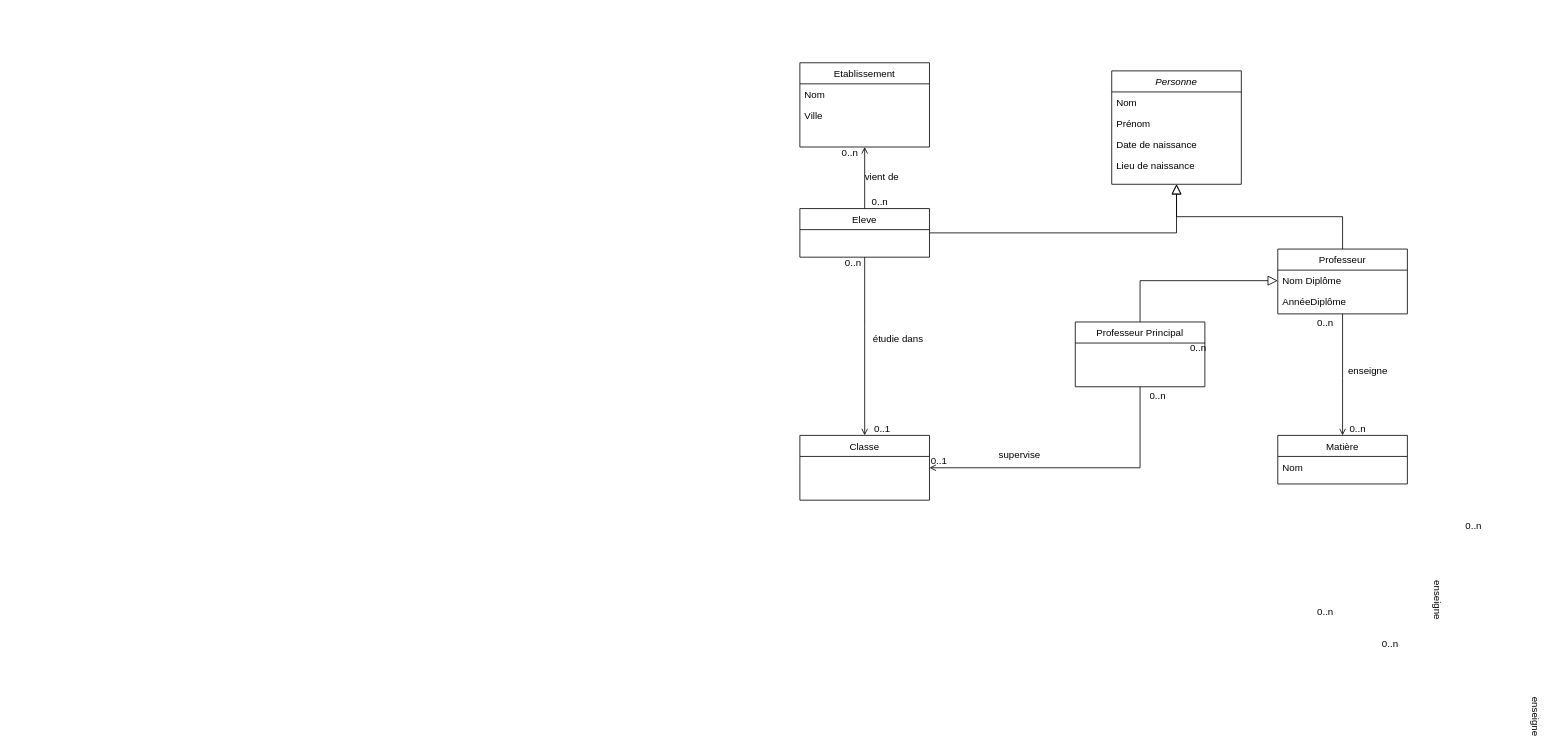
NLetenneur/UML-Introduction keeps this draw.io diagram as Les Sardines/diagrammeDeClasses.drawio. Above is the earlier version. Source tidied: cells renumbered, new cells numbered last; positions are measured from the earlier drawing's top-left corner, leaving out a move shared by most shapes. Both pictures are drawn from the tidied source at 81%, with x=0, y=0 at pixel (799, 14).
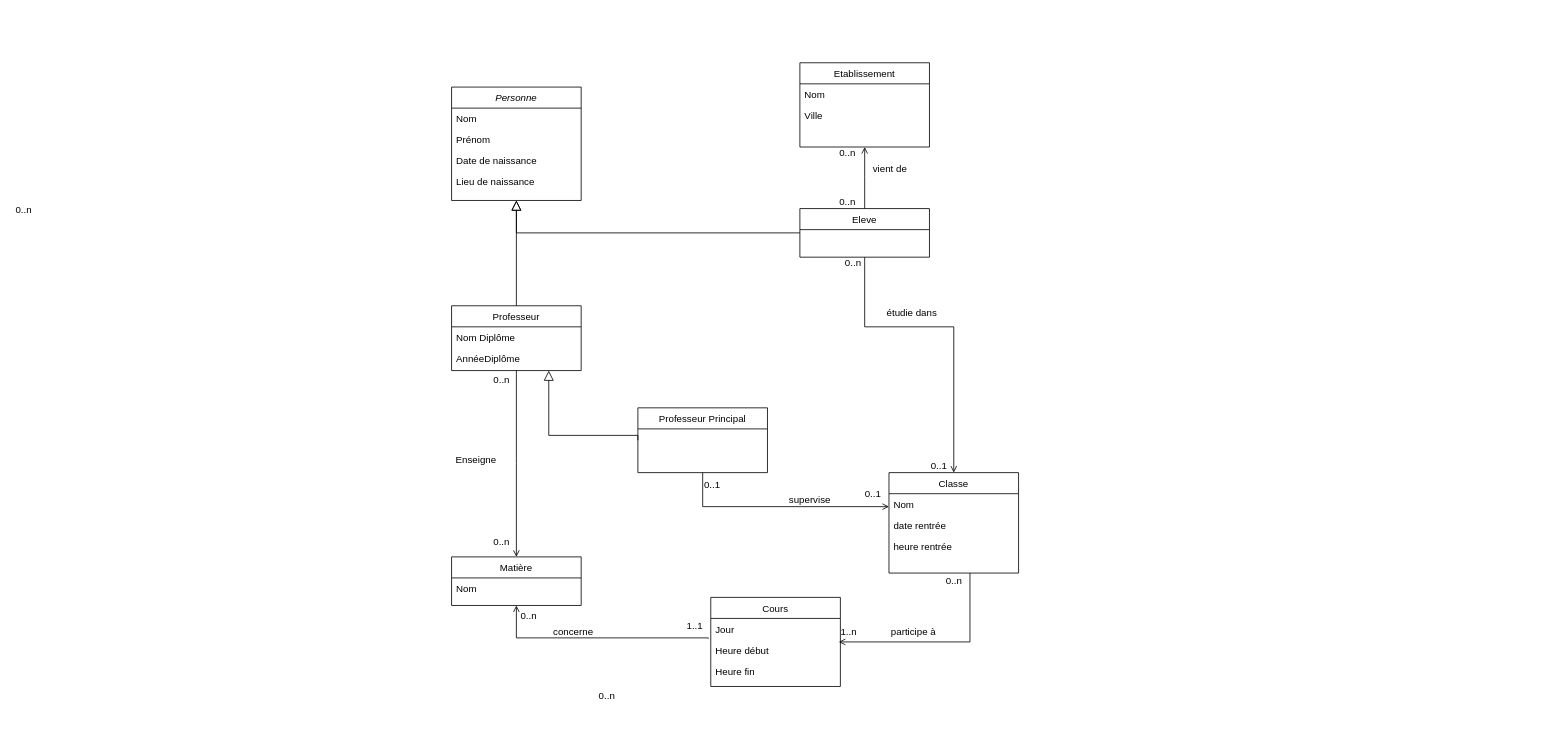
The same diagram, later.

Commit message (it also covers changes not shown here):
Mettre à jour diagrammeDeClasses.drawio

Unchanged cells that the change refers to:
```xml
<mxCell id="7" value="Eleve" style="swimlane;fontStyle=0;align=center;verticalAlign=top;horizontal=1;startSize=26;rounded=0;shadow=0;strokeWidth=1;" parent="1" vertex="1">
  <mxGeometry y="240" width="160" height="60" as="geometry" />
</mxCell>
<mxCell id="10" value="Nom Diplôme" style="text;align=left;verticalAlign=top;spacingLeft=4;spacingRight=4;overflow=hidden;points=[[0,0.5],[1,0.5]];portConstraint=eastwest;" parent="9" vertex="1">
  <mxGeometry y="26" width="160" height="26" as="geometry" />
</mxCell>
<mxCell id="13" style="endArrow=open;shadow=0;strokeWidth=1;rounded=0;curved=0;endFill=1;edgeStyle=elbowEdgeStyle;elbow=vertical;exitX=0.5;exitY=0;exitDx=0;exitDy=0;entryX=0.5;entryY=1;entryDx=0;entryDy=0;" parent="1" edge="1" source="7" target="17">
  <mxGeometry x="0.5" y="41" relative="1" as="geometry">
    <Array as="points">
      <mxPoint x="120" y="200" />
    </Array>
    <mxPoint x="-40" y="32" as="offset" />
  </mxGeometry>
</mxCell>
<mxCell id="30" style="endArrow=open;shadow=0;strokeWidth=1;rounded=0;curved=0;endFill=1;edgeStyle=elbowEdgeStyle;elbow=vertical;exitX=0.5;exitY=1;exitDx=0;exitDy=0;entryX=0.5;entryY=0;entryDx=0;entryDy=0;" parent="1" edge="1" source="7" target="29">
  <mxGeometry x="0.5" y="41" relative="1" as="geometry">
    <Array as="points">
      <mxPoint x="110" y="386" />
    </Array>
    <mxPoint x="-40" y="32" as="offset" />
  </mxGeometry>
</mxCell>
```

What changed in the source:
```diff
@@
     <mxCell id="2" value="Personne" style="swimlane;fontStyle=2;align=center;verticalAlign=top;horizontal=1;startSize=26;rounded=0;shadow=0;strokeWidth=1;" parent="1" vertex="1">
-      <mxGeometry x="385" y="70" width="160" height="140" as="geometry" />
+      <mxGeometry x="-430" y="90" width="160" height="140" as="geometry" />
     </mxCell>
@@
-    <mxCell id="8" style="endArrow=block;endSize=10;endFill=0;shadow=0;strokeWidth=1;rounded=0;curved=0;edgeStyle=elbowEdgeStyle;elbow=vertical;exitX=1;exitY=0.5;exitDx=0;exitDy=0;" parent="1" edge="1" source="7" target="2">
+    <mxCell id="8" style="endArrow=block;endSize=10;endFill=0;shadow=0;strokeWidth=1;rounded=0;curved=0;edgeStyle=elbowEdgeStyle;elbow=vertical;exitX=0;exitY=0.5;exitDx=0;exitDy=0;" parent="1" edge="1" source="7" target="2">
       <mxGeometry relative="1" as="geometry">
         <Array as="points">
-          <mxPoint x="330" y="270" />
+          <mxPoint x="-110" y="270" />
         </Array>
       </mxGeometry>
     </mxCell>
     <mxCell id="9" value="Professeur" style="swimlane;fontStyle=0;align=center;verticalAlign=top;horizontal=1;startSize=26;rounded=0;shadow=0;strokeWidth=1;" parent="1" vertex="1">
-      <mxGeometry x="590" y="290" width="160" height="80" as="geometry" />
+      <mxGeometry x="-430" y="360" width="160" height="80" as="geometry" />
     </mxCell>
@@
-    <mxCell id="14" value="0..n" style="align=left;verticalAlign=bottom;labelBackgroundColor=none;fontSize=12;" parent="13" vertex="1">
-      <mxGeometry x="-1" relative="1" as="geometry">
-        <mxPoint x="400" y="180" as="offset" />
-      </mxGeometry>
-    </mxCell>
-    <mxCell id="15" value="0..n" style="align=right;verticalAlign=bottom;labelBackgroundColor=none;fontSize=12;" parent="13" vertex="1">
-      <mxGeometry x="1" relative="1" as="geometry">
-        <mxPoint x="580" y="226" as="offset" />
-      </mxGeometry>
-    </mxCell>
-    <mxCell id="16" value="enseigne" style="text;html=1;align=center;verticalAlign=middle;labelBackgroundColor=none;rounded=0;shadow=0;strokeWidth=1;fontSize=12;rotation=0;" parent="13" vertex="1">
-      <mxGeometry x="0.5" y="49" relative="1" as="geometry">
-        <mxPoint x="669" y="257" as="offset" />
-      </mxGeometry>
-    </mxCell>
@@
     <mxCell id="20" value="Matière" style="swimlane;fontStyle=0;align=center;verticalAlign=top;horizontal=1;startSize=26;rounded=0;shadow=0;strokeWidth=1;" parent="1" vertex="1">
-      <mxGeometry x="590" y="520" width="160" height="60" as="geometry" />
+      <mxGeometry x="-430" y="670" width="160" height="60" as="geometry" />
     </mxCell>
@@
     <mxCell id="22" style="endArrow=open;shadow=0;strokeWidth=1;rounded=0;curved=0;endFill=1;edgeStyle=elbowEdgeStyle;elbow=vertical;exitX=0.5;exitY=1;exitDx=0;exitDy=0;entryX=0.5;entryY=0;entryDx=0;entryDy=0;" parent="1" edge="1" source="9" target="20">
       <mxGeometry x="0.5" y="41" relative="1" as="geometry">
-        <Array as="points">
-          <mxPoint x="680" y="450" />
-        </Array>
         <mxPoint x="-40" y="32" as="offset" />
       </mxGeometry>
     </mxCell>
@@
     <mxCell id="24" value="0..n" style="align=right;verticalAlign=bottom;labelBackgroundColor=none;fontSize=12;" parent="22" vertex="1">
       <mxGeometry x="1" relative="1" as="geometry">
-        <mxPoint x="-560" y="-280" as="offset" />
+        <mxPoint x="420" y="-490" as="offset" />
       </mxGeometry>
     </mxCell>
     <mxCell id="25" value="vient de" style="text;html=1;align=center;verticalAlign=middle;labelBackgroundColor=none;rounded=0;shadow=0;strokeWidth=1;fontSize=12;" parent="22" vertex="1">
       <mxGeometry x="0.5" y="49" relative="1" as="geometry">
-        <mxPoint x="-619" y="-283" as="offset" />
+        <mxPoint x="411" y="-423" as="offset" />
       </mxGeometry>
     </mxCell>
     <mxCell id="26" value="Professeur Principal" style="swimlane;fontStyle=0;align=center;verticalAlign=top;horizontal=1;startSize=26;rounded=0;shadow=0;strokeWidth=1;" parent="1" vertex="1">
-      <mxGeometry x="340" y="380" width="160" height="80" as="geometry" />
+      <mxGeometry x="-200" y="486" width="160" height="80" as="geometry" />
     </mxCell>
-    <mxCell id="27" style="endArrow=block;endSize=10;endFill=0;shadow=0;strokeWidth=1;rounded=0;curved=0;edgeStyle=elbowEdgeStyle;elbow=vertical;entryX=0;entryY=0.5;entryDx=0;entryDy=0;exitX=0.5;exitY=0;exitDx=0;exitDy=0;" parent="1" edge="1" source="26" target="10">
+    <mxCell id="27" style="endArrow=block;endSize=10;endFill=0;shadow=0;strokeWidth=1;rounded=0;curved=0;edgeStyle=elbowEdgeStyle;elbow=vertical;entryX=0.75;entryY=1;entryDx=0;entryDy=0;exitX=0;exitY=0.5;exitDx=0;exitDy=0;" parent="1" edge="1" source="26" target="9">
       <mxGeometry relative="1" as="geometry">
         <Array as="points">
-          <mxPoint x="530" y="329" />
+          <mxPoint x="-210" y="520" />
         </Array>
       </mxGeometry>
     </mxCell>
-    <mxCell id="28" value="0..n" style="align=right;verticalAlign=bottom;labelBackgroundColor=none;fontSize=12;" parent="1" vertex="1">
-      <mxGeometry x="700" y="520" as="geometry" />
-    </mxCell>
     <mxCell id="29" value="Classe" style="swimlane;fontStyle=0;align=center;verticalAlign=top;horizontal=1;startSize=26;rounded=0;shadow=0;strokeWidth=1;" parent="1" vertex="1">
-      <mxGeometry y="520" width="160" height="80" as="geometry" />
+      <mxGeometry x="110" y="566" width="160" height="124" as="geometry" />
     </mxCell>
+    <mxCell id="43" value="Nom" style="text;align=left;verticalAlign=top;spacingLeft=4;spacingRight=4;overflow=hidden;points=[[0,0.5],[1,0.5]];portConstraint=eastwest;" parent="29" vertex="1">
+      <mxGeometry y="26" width="160" height="26" as="geometry" />
+    </mxCell>
+    <mxCell id="44" value="date rentrée" style="text;align=left;verticalAlign=top;spacingLeft=4;spacingRight=4;overflow=hidden;" parent="29" vertex="1">
+      <mxGeometry y="52" width="160" height="26" as="geometry" />
+    </mxCell>
+    <mxCell id="45" value="heure rentrée" style="text;align=left;verticalAlign=top;spacingLeft=4;spacingRight=4;overflow=hidden;" parent="29" vertex="1">
+      <mxGeometry y="78" width="160" height="26" as="geometry" />
+    </mxCell>
@@
     <mxCell id="31" value="0..n" style="align=left;verticalAlign=bottom;labelBackgroundColor=none;fontSize=12;" parent="30" vertex="1">
       <mxGeometry x="-1" relative="1" as="geometry">
-        <mxPoint x="350" y="180" as="offset" />
+        <mxPoint x="-460" y="160" as="offset" />
       </mxGeometry>
     </mxCell>
-    <mxCell id="32" value="0..n" style="align=right;verticalAlign=bottom;labelBackgroundColor=none;fontSize=12;" parent="30" vertex="1">
-      <mxGeometry x="1" relative="1" as="geometry">
-        <mxPoint x="580" y="226" as="offset" />
-      </mxGeometry>
-    </mxCell>
-    <mxCell id="33" value="enseigne" style="text;html=1;align=center;verticalAlign=middle;labelBackgroundColor=none;rounded=0;shadow=0;strokeWidth=1;fontSize=12;rotation=90;" parent="30" vertex="1">
-      <mxGeometry x="0.5" y="49" relative="1" as="geometry">
-        <mxPoint x="659" y="257" as="offset" />
-      </mxGeometry>
-    </mxCell>
@@
     <mxCell id="35" value="0..1" style="align=left;verticalAlign=bottom;labelBackgroundColor=none;fontSize=12;" parent="1" vertex="1">
-      <mxGeometry x="90" y="520" as="geometry" />
+      <mxGeometry x="-120" y="590" as="geometry" />
     </mxCell>
-    <mxCell id="36" style="endArrow=open;shadow=0;strokeWidth=1;rounded=0;curved=0;endFill=1;edgeStyle=elbowEdgeStyle;elbow=vertical;entryX=1;entryY=0.5;entryDx=0;entryDy=0;exitX=0.5;exitY=1;exitDx=0;exitDy=0;" parent="1" edge="1" source="26" target="29">
+    <mxCell id="36" style="endArrow=open;shadow=0;strokeWidth=1;rounded=0;curved=0;endFill=1;edgeStyle=elbowEdgeStyle;elbow=vertical;exitX=0.5;exitY=1;exitDx=0;exitDy=0;entryX=0;entryY=0.653;entryDx=0;entryDy=0;entryPerimeter=0;" parent="1" edge="1" source="26" target="43">
       <mxGeometry x="0.5" y="41" relative="1" as="geometry">
         <Array as="points">
-          <mxPoint x="320" y="560" />
+          <mxPoint x="-60" y="608" />
+          <mxPoint x="40" y="606" />
         </Array>
         <mxPoint x="-40" y="32" as="offset" />
       </mxGeometry>
     </mxCell>
-    <mxCell id="37" value="0..n" style="align=left;verticalAlign=bottom;labelBackgroundColor=none;fontSize=12;" parent="36" vertex="1">
-      <mxGeometry x="-1" relative="1" as="geometry">
-        <mxPoint x="400" y="180" as="offset" />
-      </mxGeometry>
-    </mxCell>
-    <mxCell id="38" value="0..n" style="align=right;verticalAlign=bottom;labelBackgroundColor=none;fontSize=12;" parent="36" vertex="1">
-      <mxGeometry x="1" relative="1" as="geometry">
-        <mxPoint x="580" y="226" as="offset" />
-      </mxGeometry>
-    </mxCell>
-    <mxCell id="39" value="enseigne" style="text;html=1;align=center;verticalAlign=middle;labelBackgroundColor=none;rounded=0;shadow=0;strokeWidth=1;fontSize=12;rotation=90;" parent="36" vertex="1">
-      <mxGeometry x="0.5" y="49" relative="1" as="geometry">
-        <mxPoint x="659" y="257" as="offset" />
-      </mxGeometry>
-    </mxCell>
     <mxCell id="40" value="0..1" style="align=left;verticalAlign=bottom;labelBackgroundColor=none;fontSize=12;" parent="1" vertex="1">
-      <mxGeometry x="160" y="560" as="geometry" />
+      <mxGeometry x="160" y="566" as="geometry" />
     </mxCell>
     <mxCell id="41" value="étudie dans" style="text;html=1;align=center;verticalAlign=middle;labelBackgroundColor=none;rounded=0;shadow=0;strokeWidth=1;fontSize=12;" parent="1" vertex="1">
-      <mxGeometry x="120" y="400" as="geometry" />
+      <mxGeometry x="130" y="370" as="geometry">
+        <mxPoint x="7" y="-2" as="offset" />
+      </mxGeometry>
     </mxCell>
     <mxCell id="42" value="supervise" style="text;html=1;align=center;verticalAlign=middle;labelBackgroundColor=none;rounded=0;shadow=0;strokeWidth=1;fontSize=12;rotation=0;" parent="1" vertex="1">
-      <mxGeometry x="280" y="550" as="geometry">
-        <mxPoint x="-10" y="-6" as="offset" />
+      <mxGeometry x="90" y="560" as="geometry">
+        <mxPoint x="-79" y="39" as="offset" />
       </mxGeometry>
     </mxCell>
+    <mxCell id="46" value="0..1" style="text;html=1;align=center;verticalAlign=middle;strokeColor=none;fillColor=none;" parent="1" vertex="1">
+      <mxGeometry x="70" y="578" width="40" height="30" as="geometry" />
+    </mxCell>
+    <mxCell id="47" value="Enseigne" style="text;html=1;align=center;verticalAlign=middle;strokeColor=none;fillColor=none;" parent="1" vertex="1">
+      <mxGeometry x="-440" y="536" width="80" height="30" as="geometry" />
+    </mxCell>
+    <mxCell id="48" value="Cours" style="swimlane;fontStyle=0;align=center;verticalAlign=top;horizontal=1;startSize=26;rounded=0;shadow=0;strokeWidth=1;" parent="1" vertex="1">
+      <mxGeometry x="-110" y="720" width="160" height="110" as="geometry" />
+    </mxCell>
+    <mxCell id="49" value="Jour" style="text;align=left;verticalAlign=top;spacingLeft=4;spacingRight=4;overflow=hidden;points=[[0,0.5],[1,0.5]];portConstraint=eastwest;" parent="48" vertex="1">
+      <mxGeometry y="26" width="160" height="26" as="geometry" />
+    </mxCell>
+    <mxCell id="50" value="Heure début" style="text;align=left;verticalAlign=top;spacingLeft=4;spacingRight=4;overflow=hidden;" parent="48" vertex="1">
+      <mxGeometry y="52" width="160" height="26" as="geometry" />
+    </mxCell>
+    <mxCell id="51" value="Heure fin" style="text;align=left;verticalAlign=top;spacingLeft=4;spacingRight=4;overflow=hidden;" parent="48" vertex="1">
+      <mxGeometry y="78" width="160" height="26" as="geometry" />
+    </mxCell>
+    <mxCell id="52" style="endArrow=open;shadow=0;strokeWidth=1;rounded=0;curved=0;endFill=1;edgeStyle=elbowEdgeStyle;elbow=vertical;exitX=-0.019;exitY=0.962;exitDx=0;exitDy=0;entryX=0.5;entryY=1;entryDx=0;entryDy=0;exitPerimeter=0;" parent="1" edge="1" source="49" target="20">
+      <mxGeometry x="0.5" y="41" relative="1" as="geometry">
+        <Array as="points">
+          <mxPoint x="-240" y="770" />
+        </Array>
+        <mxPoint x="-40" y="32" as="offset" />
+      </mxGeometry>
+    </mxCell>
+    <mxCell id="53" value="0..n" style="align=left;verticalAlign=bottom;labelBackgroundColor=none;fontSize=12;" parent="52" vertex="1">
+      <mxGeometry x="-1" relative="1" as="geometry">
+        <mxPoint x="-267" y="-111" as="offset" />
+      </mxGeometry>
+    </mxCell>
+    <mxCell id="54" value="0..n" style="align=right;verticalAlign=bottom;labelBackgroundColor=none;fontSize=12;" parent="52" vertex="1">
+      <mxGeometry x="1" relative="1" as="geometry">
+        <mxPoint x="420" y="-490" as="offset" />
+      </mxGeometry>
+    </mxCell>
+    <mxCell id="55" value="1..1" style="text;html=1;align=center;verticalAlign=middle;strokeColor=none;fillColor=none;" parent="1" vertex="1">
+      <mxGeometry x="-150" y="740" width="40" height="30" as="geometry" />
+    </mxCell>
+    <mxCell id="56" value="0..n" style="text;html=1;align=center;verticalAlign=middle;strokeColor=none;fillColor=none;" parent="1" vertex="1">
+      <mxGeometry x="-355" y="728" width="40" height="30" as="geometry" />
+    </mxCell>
+    <mxCell id="57" value="concerne" style="text;html=1;align=center;verticalAlign=middle;strokeColor=none;fillColor=none;" parent="1" vertex="1">
+      <mxGeometry x="-315" y="748" width="70" height="30" as="geometry" />
+    </mxCell>
+    <mxCell id="58" style="endArrow=open;shadow=0;strokeWidth=1;rounded=0;curved=0;endFill=1;edgeStyle=elbowEdgeStyle;elbow=vertical;exitX=0.5;exitY=1;exitDx=0;exitDy=0;entryX=0.988;entryY=1.115;entryDx=0;entryDy=0;entryPerimeter=0;" parent="1" edge="1" target="49">
+      <mxGeometry x="0.5" y="41" relative="1" as="geometry">
+        <mxPoint x="210" y="690" as="sourcePoint" />
+        <Array as="points">
+          <mxPoint x="100" y="775" />
+          <mxPoint x="240" y="776" />
+        </Array>
+        <mxPoint x="-40" y="32" as="offset" />
+      </mxGeometry>
+    </mxCell>
+    <mxCell id="59" value="0..n" style="align=left;verticalAlign=bottom;labelBackgroundColor=none;fontSize=12;" parent="58" vertex="1">
+      <mxGeometry x="-1" relative="1" as="geometry">
+        <mxPoint x="-460" y="160" as="offset" />
+      </mxGeometry>
+    </mxCell>
+    <mxCell id="60" value="0..n" style="text;html=1;align=center;verticalAlign=middle;strokeColor=none;fillColor=none;" parent="1" vertex="1">
+      <mxGeometry x="170" y="685" width="40" height="30" as="geometry" />
+    </mxCell>
+    <mxCell id="61" value="1..n" style="text;html=1;align=center;verticalAlign=middle;strokeColor=none;fillColor=none;" parent="1" vertex="1">
+      <mxGeometry x="40" y="748" width="40" height="30" as="geometry" />
+    </mxCell>
+    <mxCell id="62" value="participe à" style="text;html=1;align=center;verticalAlign=middle;strokeColor=none;fillColor=none;" parent="1" vertex="1">
+      <mxGeometry x="100" y="748" width="80" height="30" as="geometry" />
+    </mxCell>
```
